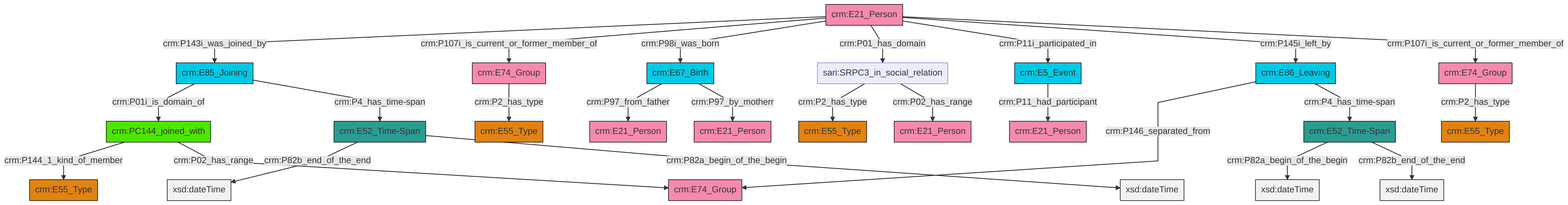
This is et/personCSV/ttl/mmd/png/Person_Actor_Relations.png from swiss-art-research-net/docs.swissartresearch, a Mermaid export, as it was before one commit. Its source is kept beside it as et/personCSV/ttl/mmd/Person_Actor_Relations.ttl.mmd.
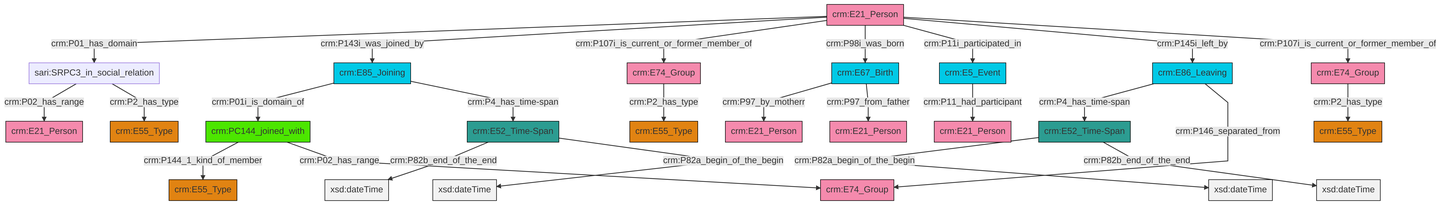
After the change.

The edit, as a diff of the source:
```diff
@@ -13,27 +13,27 @@
 classDef PC_Classes fill:#4ce600, stroke:#000000;
 classDef Multi fill:#cccccc,stroke:#000000;
 
-2["crm:E21_Person"]:::Actor -->|crm:P143i_was_joined_by| 3["crm:E85_Joining"]:::Temporal_Entity
-2["crm:E21_Person"]:::Actor -->|crm:P107i_is_current_or_former_member_of| 4["crm:E74_Group"]:::Actor
-7["crm:E52_Time-Span"]:::Time-Span -->|crm:P82b_end_of_the_end| 8[xsd:dateTime]:::Literal
-7["crm:E52_Time-Span"]:::Time-Span -->|crm:P82a_begin_of_the_begin| 9[xsd:dateTime]:::Literal
-2["crm:E21_Person"]:::Actor -->|crm:P98i_was_born| 13["crm:E67_Birth"]:::Temporal_Entity
-16["crm:PC144_joined_with"]:::PC_Classes -->|crm:P144_1_kind_of_member| 14["crm:E55_Type"]:::Type
-2["crm:E21_Person"]:::Actor -->|crm:P01_has_domain| 23["sari:SRPC3_in_social_relation"]:::Default
+2["crm:E21_Person"]:::Actor -->|crm:P01_has_domain| 3["sari:SRPC3_in_social_relation"]:::Default
+0["crm:E74_Group"]:::Actor -->|crm:P2_has_type| 4["crm:E55_Type"]:::Type
+5["crm:E85_Joining"]:::Temporal_Entity -->|crm:P01i_is_domain_of| 7["crm:PC144_joined_with"]:::PC_Classes
+11["crm:E52_Time-Span"]:::Time-Span -->|crm:P82a_begin_of_the_begin| 12[xsd:dateTime]:::Literal
+13["crm:E86_Leaving"]:::Temporal_Entity -->|crm:P4_has_time-span| 11["crm:E52_Time-Span"]:::Time-Span
+11["crm:E52_Time-Span"]:::Time-Span -->|crm:P82b_end_of_the_end| 14[xsd:dateTime]:::Literal
+2["crm:E21_Person"]:::Actor -->|crm:P143i_was_joined_by| 5["crm:E85_Joining"]:::Temporal_Entity
+2["crm:E21_Person"]:::Actor -->|crm:P107i_is_current_or_former_member_of| 9["crm:E74_Group"]:::Actor
+21["crm:E5_Event"]:::Temporal_Entity -->|crm:P11_had_participant| 22["crm:E21_Person"]:::Actor
+15["crm:E67_Birth"]:::Temporal_Entity -->|crm:P97_by_motherr| 17["crm:E21_Person"]:::Actor
+25["crm:E52_Time-Span"]:::Time-Span -->|crm:P82b_end_of_the_end| 32[xsd:dateTime]:::Literal
+2["crm:E21_Person"]:::Actor -->|crm:P98i_was_born| 15["crm:E67_Birth"]:::Temporal_Entity
+3["sari:SRPC3_in_social_relation"]:::Default -->|crm:P02_has_range| 40["crm:E21_Person"]:::Actor
+13["crm:E86_Leaving"]:::Temporal_Entity -->|crm:P146_separated_from| 19["crm:E74_Group"]:::Actor
+15["crm:E67_Birth"]:::Temporal_Entity -->|crm:P97_from_father| 37["crm:E21_Person"]:::Actor
 2["crm:E21_Person"]:::Actor -->|crm:P11i_participated_in| 21["crm:E5_Event"]:::Temporal_Entity
-26["crm:E52_Time-Span"]:::Time-Span -->|crm:P82a_begin_of_the_begin| 27[xsd:dateTime]:::Literal
-23["sari:SRPC3_in_social_relation"]:::Default -->|crm:P2_has_type| 28["crm:E55_Type"]:::Type
-13["crm:E67_Birth"]:::Temporal_Entity -->|crm:P97_from_father| 10["crm:E21_Person"]:::Actor
-3["crm:E85_Joining"]:::Temporal_Entity -->|crm:P01i_is_domain_of| 16["crm:PC144_joined_with"]:::PC_Classes
-32["crm:E86_Leaving"]:::Temporal_Entity -->|crm:P146_separated_from| 30["crm:E74_Group"]:::Actor
-16["crm:PC144_joined_with"]:::PC_Classes -->|crm:P02_has_range| 30["crm:E74_Group"]:::Actor
-5["crm:E74_Group"]:::Actor -->|crm:P2_has_type| 33["crm:E55_Type"]:::Type
-3["crm:E85_Joining"]:::Temporal_Entity -->|crm:P4_has_time-span| 7["crm:E52_Time-Span"]:::Time-Span
-2["crm:E21_Person"]:::Actor -->|crm:P145i_left_by| 32["crm:E86_Leaving"]:::Temporal_Entity
-32["crm:E86_Leaving"]:::Temporal_Entity -->|crm:P4_has_time-span| 26["crm:E52_Time-Span"]:::Time-Span
-26["crm:E52_Time-Span"]:::Time-Span -->|crm:P82b_end_of_the_end| 43[xsd:dateTime]:::Literal
-4["crm:E74_Group"]:::Actor -->|crm:P2_has_type| 0["crm:E55_Type"]:::Type
-23["sari:SRPC3_in_social_relation"]:::Default -->|crm:P02_has_range| 41["crm:E21_Person"]:::Actor
-21["crm:E5_Event"]:::Temporal_Entity -->|crm:P11_had_participant| 17["crm:E21_Person"]:::Actor
-2["crm:E21_Person"]:::Actor -->|crm:P107i_is_current_or_former_member_of| 5["crm:E74_Group"]:::Actor
-13["crm:E67_Birth"]:::Temporal_Entity -->|crm:P97_by_motherr| 24["crm:E21_Person"]:::Actor
+7["crm:PC144_joined_with"]:::PC_Classes -->|crm:P144_1_kind_of_member| 23["crm:E55_Type"]:::Type
+9["crm:E74_Group"]:::Actor -->|crm:P2_has_type| 30["crm:E55_Type"]:::Type
+3["sari:SRPC3_in_social_relation"]:::Default -->|crm:P2_has_type| 33["crm:E55_Type"]:::Type
+2["crm:E21_Person"]:::Actor -->|crm:P145i_left_by| 13["crm:E86_Leaving"]:::Temporal_Entity
+2["crm:E21_Person"]:::Actor -->|crm:P107i_is_current_or_former_member_of| 0["crm:E74_Group"]:::Actor
+7["crm:PC144_joined_with"]:::PC_Classes -->|crm:P02_has_range| 19["crm:E74_Group"]:::Actor
+25["crm:E52_Time-Span"]:::Time-Span -->|crm:P82a_begin_of_the_begin| 46[xsd:dateTime]:::Literal
+5["crm:E85_Joining"]:::Temporal_Entity -->|crm:P4_has_time-span| 25["crm:E52_Time-Span"]:::Time-Span
```
